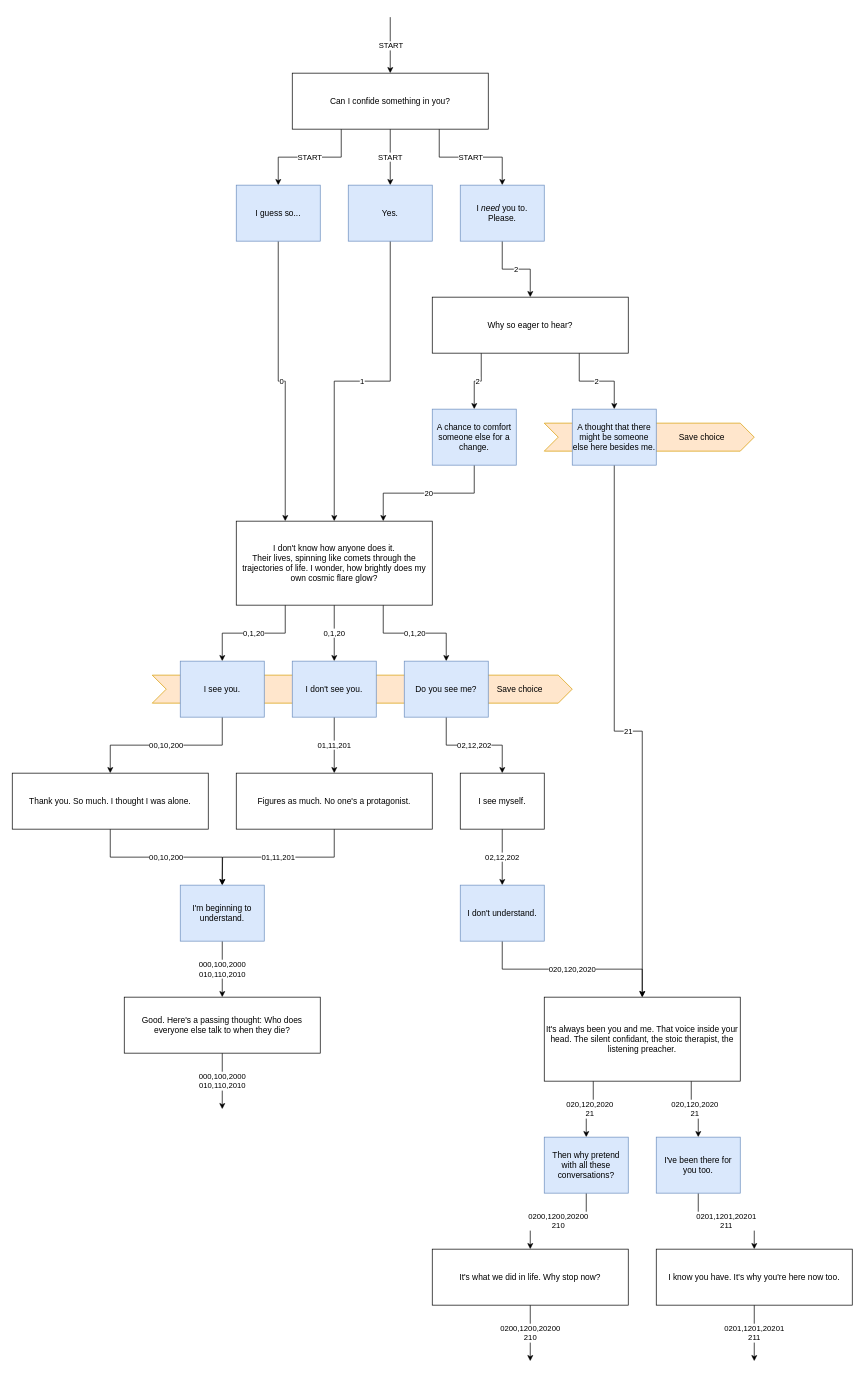
This is Assets/Conversations/Act I/IDontKnowHowEveryoneDoesIt.drawio from Owmacohe/UNDERSCORE, a draw.io file, before an edit. Source tidied: cells renumbered, new cells numbered last; positions are measured from the earlier drawing's top-left corner, leaving out a move shared by most shapes. Both pictures are drawn from the tidied source at 70%, with x=0, y=0 at pixel (12, 17).
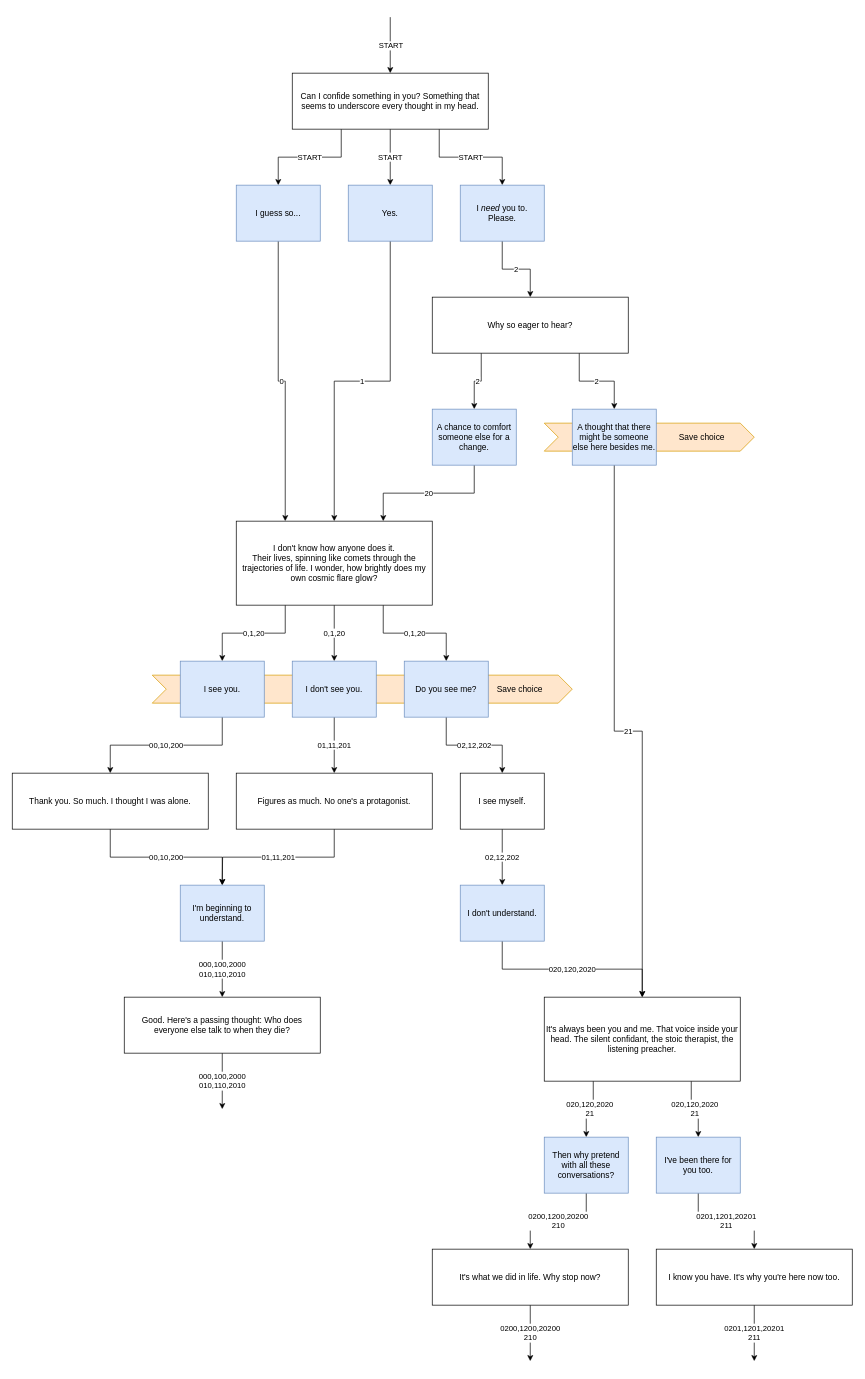
Above is the later version.

Commit message (it also covers changes not shown here):
Added the mention of UNDERSCORE to the final conversation

The edit, as a diff of the source:
```diff
@@
-    <mxCell id="8" value="Can I confide something in you?" style="rounded=0;whiteSpace=wrap;html=1;" parent="1" vertex="1">
+    <mxCell id="8" value="Can I confide something in you? Something that seems to underscore every thought in my head." style="rounded=0;whiteSpace=wrap;html=1;" parent="1" vertex="1">
       <mxGeometry x="400" y="80" width="280" height="80" as="geometry" />
     </mxCell>
```
